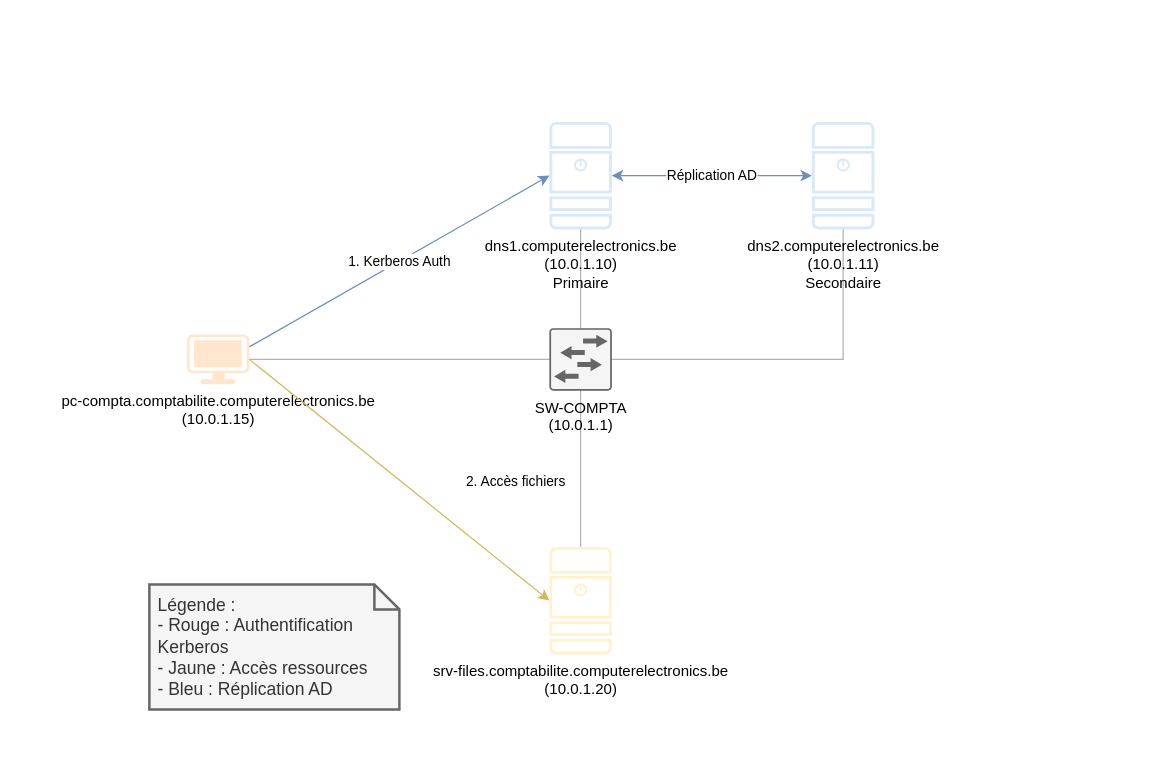
The draw.io diagram diagrams/ad_auth_flow.drawio in choquitofrito/ActiveDirectory, before the edit. Source tidied: cells renumbered, new cells numbered last; positions are measured from the earlier drawing's top-left corner, leaving out a move shared by most shapes. Both pictures are drawn from the tidied source at 125%, with x=0, y=0 at pixel (149, 121).
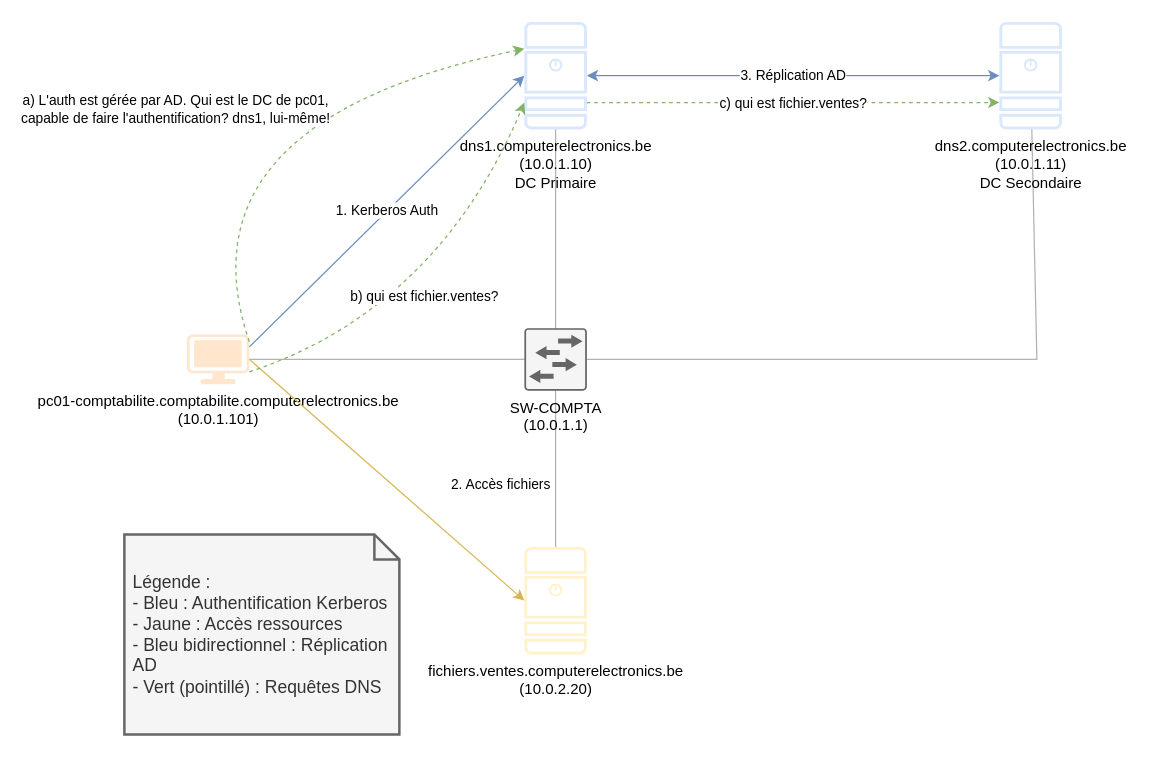
After the change.

The edit, as a diff of the source:
```diff
@@
-    <mxCell id="2" value="pc-compta.comptabilite.computerelectronics.be&#10;(10.0.1.15)" style="points=[[0.03,0.36,0],[0.18,0,0],[0.5,0.34,0],[0.82,0,0],[0.97,0.36,0],[1,0.67,0],[0.975,0.975,0],[0.5,1,0],[0.025,0.975,0],[0,0.67,0]];verticalLabelPosition=bottom;sketch=0;html=1;verticalAlign=top;align=center;shape=mxgraph.cisco19.workstation;fillColor=#ffe6cc;strokeColor=#d79b00;" parent="1" vertex="1">
+    <mxCell id="2" value="pc01-comptabilite.comptabilite.computerelectronics.be&#10;(10.0.1.101)" style="points=[[0.03,0.36,0],[0.18,0,0],[0.5,0.34,0],[0.82,0,0],[0.97,0.36,0],[1,0.67,0],[0.975,0.975,0],[0.5,1,0],[0.025,0.975,0],[0,0.67,0]];verticalLabelPosition=bottom;sketch=0;html=1;verticalAlign=top;align=center;shape=mxgraph.cisco19.workstation;fillColor=#ffe6cc;strokeColor=#d79b00;" parent="1" vertex="1">
       <mxGeometry x="30" y="170" width="50" height="40" as="geometry" />
     </mxCell>
     <mxCell id="3" value="SW-COMPTA&#10;(10.0.1.1)" style="points=[[0.015,0.015,0],[0.985,0.015,0],[0.985,0.985,0],[0.015,0.985,0]];verticalLabelPosition=bottom;sketch=0;html=1;verticalAlign=top;align=center;shape=mxgraph.cisco19.rect;prIcon=l2_switch;fillColor=#f5f5f5;strokeColor=#666666;" parent="1" vertex="1">
-      <mxGeometry x="320" y="165" width="50" height="50" as="geometry" />
+      <mxGeometry x="300" y="165" width="50" height="50" as="geometry" />
     </mxCell>
-    <mxCell id="4" value="dns1.computerelectronics.be&#10;(10.0.1.10)&#10;Primaire" style="points=[[0.015,0.015,0],[0.985,0.015,0],[0.985,0.985,0],[0.015,0.985,0]];verticalLabelPosition=bottom;sketch=0;html=1;verticalAlign=top;align=center;shape=mxgraph.cisco19.server;fillColor=#dae8fc;strokeColor=#6c8ebf;" parent="1" vertex="1">
-      <mxGeometry x="320" width="50" height="86" as="geometry" />
+    <mxCell id="4" value="dns1.computerelectronics.be&#10;(10.0.1.10)&#10;DC Primaire" style="points=[[0.015,0.015,0],[0.985,0.015,0],[0.985,0.985,0],[0.015,0.985,0]];verticalLabelPosition=bottom;sketch=0;html=1;verticalAlign=top;align=center;shape=mxgraph.cisco19.server;fillColor=#dae8fc;strokeColor=#6c8ebf;" parent="1" vertex="1">
+      <mxGeometry x="300" y="-80" width="50" height="86" as="geometry" />
     </mxCell>
-    <mxCell id="5" value="dns2.computerelectronics.be&#10;(10.0.1.11)&#10;Secondaire" style="points=[[0.015,0.015,0],[0.985,0.015,0],[0.985,0.985,0],[0.015,0.985,0]];verticalLabelPosition=bottom;sketch=0;html=1;verticalAlign=top;align=center;shape=mxgraph.cisco19.server;fillColor=#dae8fc;strokeColor=#6c8ebf;" parent="1" vertex="1">
-      <mxGeometry x="530" width="50" height="86" as="geometry" />
+    <mxCell id="5" value="dns2.computerelectronics.be&#10;(10.0.1.11)&#10;DC Secondaire" style="points=[[0.015,0.015,0],[0.985,0.015,0],[0.985,0.985,0],[0.015,0.985,0]];verticalLabelPosition=bottom;sketch=0;html=1;verticalAlign=top;align=center;shape=mxgraph.cisco19.server;fillColor=#dae8fc;strokeColor=#6c8ebf;" parent="1" vertex="1">
+      <mxGeometry x="680" y="-80" width="50" height="86" as="geometry" />
     </mxCell>
-    <mxCell id="6" value="srv-files.comptabilite.computerelectronics.be&#10;(10.0.1.20)" style="points=[[0.015,0.015,0],[0.985,0.015,0],[0.985,0.985,0],[0.015,0.985,0]];verticalLabelPosition=bottom;sketch=0;html=1;verticalAlign=top;align=center;shape=mxgraph.cisco19.server;fillColor=#fff2cc;strokeColor=#d6b656;" parent="1" vertex="1">
-      <mxGeometry x="320" y="340" width="50" height="86" as="geometry" />
+    <mxCell id="6" value="fichiers.ventes.computerelectronics.be&#10;(10.0.2.20)" style="points=[[0.015,0.015,0],[0.985,0.015,0],[0.985,0.985,0],[0.015,0.985,0]];verticalLabelPosition=bottom;sketch=0;html=1;verticalAlign=top;align=center;shape=mxgraph.cisco19.server;fillColor=#fff2cc;strokeColor=#d6b656;" parent="1" vertex="1">
+      <mxGeometry x="300" y="340" width="50" height="86" as="geometry" />
     </mxCell>
@@
     <mxCell id="9" style="endArrow=none;html=1;rounded=0;opacity=30;" parent="1" edge="1" source="3" target="5">
       <mxGeometry relative="1" as="geometry">
         <Array as="points">
-          <mxPoint x="555" y="190" />
+          <mxPoint x="710" y="190" />
         </Array>
       </mxGeometry>
     </mxCell>
@@
+    <mxCell id="15" value="a) L'auth est gérée par AD. Qui est le DC de pc01, &lt;br&gt;capable de faire l'authentification? dns1, lui-même!" style="curved=1;endArrow=classic;html=1;exitX=1;exitY=0.15;exitDx=0;exitDy=0;entryX=0;entryY=0.25;entryDx=0;entryDy=0;fillColor=#d5e8d4;strokeColor=#82b366;dashed=1;" parent="1" edge="1" source="2" target="4">
+      <mxGeometry x="-0.2" y="10" relative="1" as="geometry">
+        <Array as="points">
+          <mxPoint x="20" />
+        </Array>
+      </mxGeometry>
+    </mxCell>
@@
+    <mxCell id="16" value="b) qui est fichier.ventes?" style="curved=1;endArrow=classic;html=1;exitX=1;exitY=0.75;exitDx=0;exitDy=0;entryX=0;entryY=0.75;entryDx=0;entryDy=0;fillColor=#d5e8d4;strokeColor=#82b366;dashed=1;" parent="1" edge="1" source="2" target="4">
+      <mxGeometry x="-0.1" y="13" relative="1" as="geometry">
+        <Array as="points">
+          <mxPoint x="230" y="150" />
+        </Array>
+      </mxGeometry>
+    </mxCell>
+    <mxCell id="17" value="c) qui est fichier.ventes?" style="curved=1;endArrow=classic;html=1;exitX=1;exitY=0.75;exitDx=0;exitDy=0;entryX=0;entryY=0.75;entryDx=0;entryDy=0;fillColor=#d5e8d4;strokeColor=#82b366;dashed=1;" parent="1" edge="1" source="4" target="5">
+      <mxGeometry relative="1" as="geometry" />
+    </mxCell>
-    <mxCell id="13" value="Réplication AD" style="endArrow=classic;startArrow=classic;html=1;rounded=0;fillColor=#dae8fc;strokeColor=#6c8ebf;" parent="1" edge="1" source="5" target="4">
+    <mxCell id="13" value="3. Réplication AD" style="endArrow=classic;startArrow=classic;html=1;rounded=0;fillColor=#dae8fc;strokeColor=#6c8ebf;" parent="1" edge="1" source="5" target="4">
       <mxGeometry relative="1" as="geometry" />
     </mxCell>
-    <mxCell id="14" value="Légende :&#10;- Rouge : Authentification Kerberos&#10;- Jaune : Accès ressources&#10;- Bleu : Réplication AD" style="shape=note;strokeWidth=2;fontSize=14;size=20;whiteSpace=wrap;html=1;fillColor=#f5f5f5;strokeColor=#666666;fontColor=#333333;align=left;spacingLeft=5;" parent="1" vertex="1">
-      <mxGeometry y="370" width="200" height="100" as="geometry" />
+    <mxCell id="14" value="Légende :&#10;- Bleu : Authentification Kerberos&#10;- Jaune : Accès ressources&#10;- Bleu bidirectionnel : Réplication AD&#10;- Vert (pointillé) : Requêtes DNS" style="shape=note;strokeWidth=2;fontSize=14;size=20;whiteSpace=wrap;html=1;fillColor=#f5f5f5;strokeColor=#666666;fontColor=#333333;align=left;spacingLeft=5;" parent="1" vertex="1">
+      <mxGeometry x="-20" y="330" width="220" height="160" as="geometry" />
     </mxCell>
```
